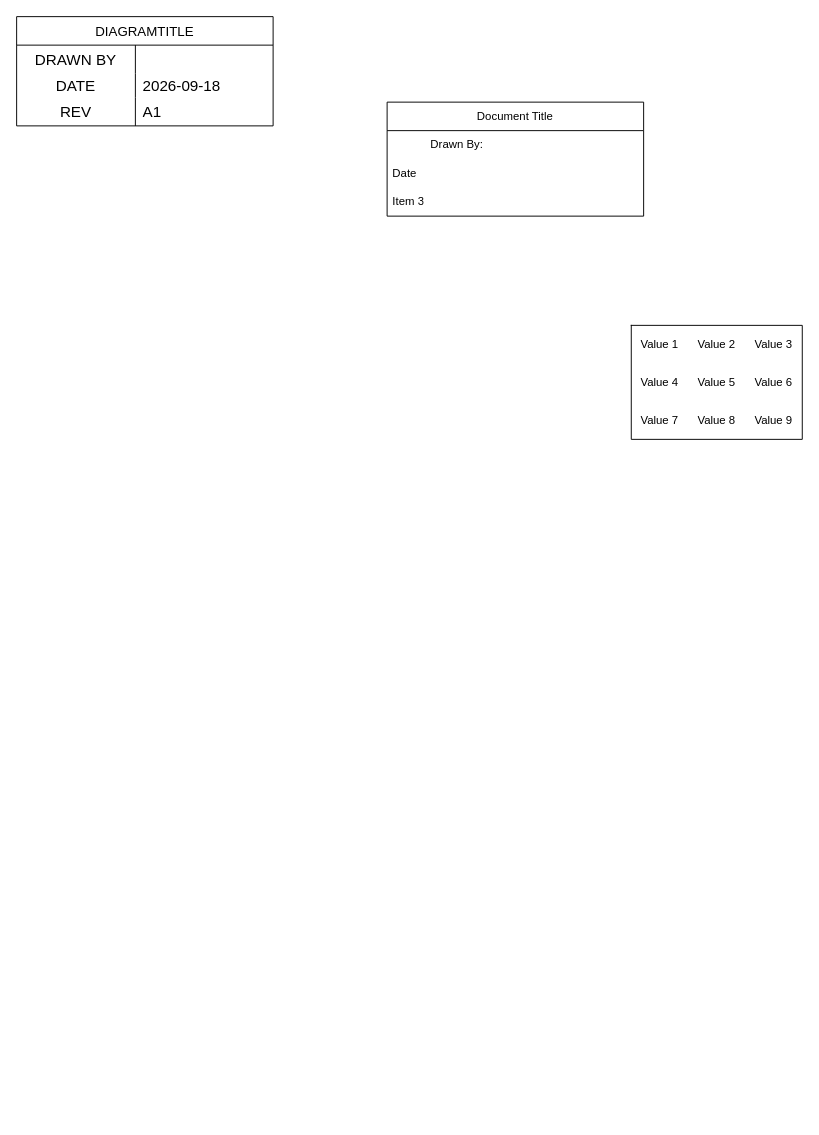
Before: page "BACKGROUND/TEMPLATE" (1 of 2) of DOCUMENT_TEMPLATE_2026_09_18_REV_A1.drawio in Tarsa-Robotics/Diagrams, a draw.io diagram. Source tidied: cells renumbered, new cells numbered last; positions are measured from the earlier drawing's top-left corner, leaving out a move shared by most shapes. Both pictures are drawn from the tidied source at 95%, with x=0, y=0 at pixel (16, 16).
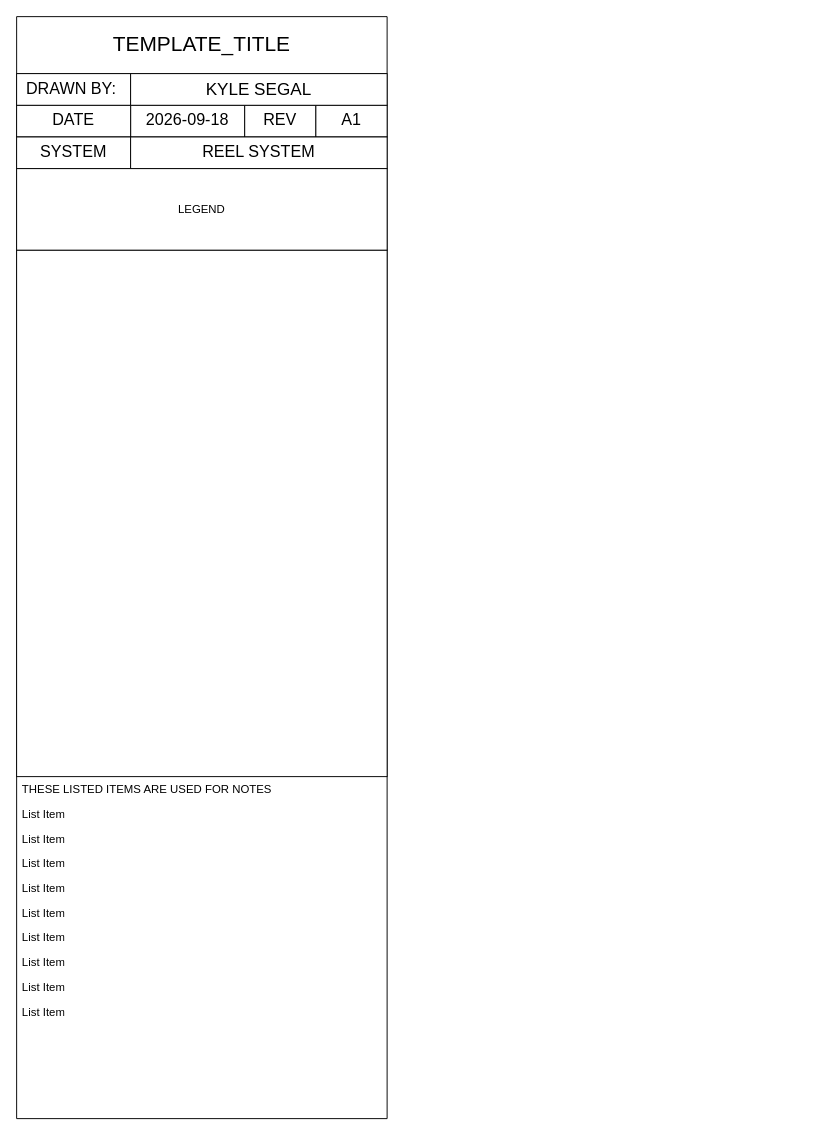
After the change.

Commit message (it also covers changes not shown here):
TEMPALTE_FILE_CREATION

This is the template file that we can use for the rest. Just make tabs

What changed in the source:
```diff
@@
-    <mxCell id="2" value="Document Title" style="swimlane;fontStyle=0;horizontal=1;startSize=30;whiteSpace=wrap;html=1;" parent="1" vertex="1">
-      <mxGeometry x="390" y="90" width="270" height="120" as="geometry" />
-    </mxCell>
-    <mxCell id="3" value="&lt;blockquote style=&quot;margin: 0 0 0 40px; border: none; padding: 0px;&quot;&gt;Drawn By:&lt;/blockquote&gt;" style="text;strokeColor=none;fillColor=none;align=left;verticalAlign=middle;spacingLeft=4;spacingRight=4;overflow=hidden;whiteSpace=wrap;html=1;" parent="2" vertex="1">
-      <mxGeometry y="30" width="270" height="30" as="geometry" />
-    </mxCell>
-    <mxCell id="4" value="Date" style="text;strokeColor=none;fillColor=none;align=left;verticalAlign=middle;spacingLeft=4;spacingRight=4;overflow=hidden;whiteSpace=wrap;html=1;" parent="2" vertex="1">
-      <mxGeometry y="60" width="270" height="30" as="geometry" />
-    </mxCell>
-    <mxCell id="5" value="Item 3" style="text;strokeColor=none;fillColor=none;align=left;verticalAlign=middle;spacingLeft=4;spacingRight=4;overflow=hidden;whiteSpace=wrap;html=1;" parent="2" vertex="1">
-      <mxGeometry y="90" width="270" height="30" as="geometry" />
-    </mxCell>
-    <mxCell id="6" style="shape=table;html=1;whiteSpace=wrap;startSize=0;childLayout=tableLayout;columnLines=0;rowLines=0;fontSize=16;strokeColor=default;" parent="1" vertex="1">
-      <mxGeometry x="647" y="325" width="180" height="120" as="geometry" />
-    </mxCell>
-    <mxCell id="7" style="shape=tableRow;horizontal=0;startSize=0;swimlaneHead=0;swimlaneBody=0;top=0;left=0;bottom=0;right=0;fillColor=none;fontSize=16;strokeColor=inherit;" parent="6" vertex="1">
-      <mxGeometry width="180" height="40" as="geometry" />
-    </mxCell>
-    <mxCell id="8" value="Value 1" style="shape=partialRectangle;html=1;whiteSpace=wrap;fillColor=none;top=0;left=0;bottom=0;right=0;overflow=hidden;fontSize=12;strokeColor=inherit;" parent="7" vertex="1">
-      <mxGeometry width="60" height="40" as="geometry" />
-    </mxCell>
-    <mxCell id="9" value="Value 2" style="shape=partialRectangle;html=1;whiteSpace=wrap;fillColor=none;top=0;left=0;bottom=0;right=0;overflow=hidden;fontSize=12;strokeColor=inherit;" parent="7" vertex="1">
-      <mxGeometry x="60" width="60" height="40" as="geometry" />
-    </mxCell>
-    <mxCell id="10" value="Value 3" style="shape=partialRectangle;html=1;whiteSpace=wrap;fillColor=none;top=0;left=0;bottom=0;right=0;overflow=hidden;fontSize=12;strokeColor=inherit;" parent="7" vertex="1">
-      <mxGeometry x="120" width="60" height="40" as="geometry" />
-    </mxCell>
-    <mxCell id="11" style="shape=tableRow;horizontal=0;startSize=0;swimlaneHead=0;swimlaneBody=0;top=0;left=0;bottom=0;right=0;fillColor=none;fontSize=16;strokeColor=inherit;" parent="6" vertex="1">
-      <mxGeometry y="40" width="180" height="40" as="geometry" />
-    </mxCell>
-    <mxCell id="12" value="Value 4" style="shape=partialRectangle;html=1;whiteSpace=wrap;fillColor=none;top=0;left=0;bottom=0;right=0;overflow=hidden;fontSize=12;strokeColor=inherit;" parent="11" vertex="1">
-      <mxGeometry width="60" height="40" as="geometry" />
-    </mxCell>
-    <mxCell id="13" value="Value 5" style="shape=partialRectangle;html=1;whiteSpace=wrap;fillColor=none;top=0;left=0;bottom=0;right=0;overflow=hidden;fontSize=12;strokeColor=inherit;" parent="11" vertex="1">
-      <mxGeometry x="60" width="60" height="40" as="geometry" />
-    </mxCell>
-    <mxCell id="14" value="Value 6" style="shape=partialRectangle;html=1;whiteSpace=wrap;fillColor=none;top=0;left=0;bottom=0;right=0;overflow=hidden;fontSize=12;strokeColor=inherit;" parent="11" vertex="1">
-      <mxGeometry x="120" width="60" height="40" as="geometry" />
-    </mxCell>
-    <mxCell id="15" style="shape=tableRow;horizontal=0;startSize=0;swimlaneHead=0;swimlaneBody=0;top=0;left=0;bottom=0;right=0;fillColor=none;fontSize=16;strokeColor=inherit;" parent="6" vertex="1">
-      <mxGeometry y="80" width="180" height="40" as="geometry" />
-    </mxCell>
-    <mxCell id="16" value="Value 7" style="shape=partialRectangle;html=1;whiteSpace=wrap;fillColor=none;top=0;left=0;bottom=0;right=0;overflow=hidden;fontSize=12;strokeColor=inherit;" parent="15" vertex="1">
-      <mxGeometry width="60" height="40" as="geometry" />
-    </mxCell>
-    <mxCell id="17" value="Value 8" style="shape=partialRectangle;html=1;whiteSpace=wrap;fillColor=none;top=0;left=0;bottom=0;right=0;overflow=hidden;fontSize=12;strokeColor=inherit;" parent="15" vertex="1">
-      <mxGeometry x="60" width="60" height="40" as="geometry" />
-    </mxCell>
-    <mxCell id="18" value="Value 9" style="shape=partialRectangle;html=1;whiteSpace=wrap;fillColor=none;top=0;left=0;bottom=0;right=0;overflow=hidden;fontSize=12;strokeColor=inherit;" parent="15" vertex="1">
-      <mxGeometry x="120" width="60" height="40" as="geometry" />
-    </mxCell>
-    <mxCell id="19" value="DIAGRAMTITLE" style="shape=table;startSize=30;childLayout=tableLayout;rowLines=0;fontStyle=0;strokeColor=default;fontSize=14;" parent="1" vertex="1">
-      <mxGeometry width="270" height="115" as="geometry" />
-    </mxCell>
-    <mxCell id="20" style="shape=tableRow;horizontal=0;startSize=0;swimlaneHead=0;swimlaneBody=0;top=0;left=0;bottom=0;right=0;fillColor=none;strokeColor=inherit;fontSize=16;" parent="19" vertex="1">
-      <mxGeometry y="30" width="270" height="30" as="geometry" />
-    </mxCell>
-    <mxCell id="21" value="DRAWN BY" style="shape=partialRectangle;html=1;whiteSpace=wrap;fillColor=none;top=0;left=0;bottom=0;right=0;overflow=hidden;strokeColor=inherit;fontSize=16;" parent="20" vertex="1">
-      <mxGeometry width="125" height="30" as="geometry" />
-    </mxCell>
-    <mxCell id="22" style="shape=partialRectangle;html=1;whiteSpace=wrap;fillColor=none;top=0;left=0;bottom=0;right=0;align=left;spacingLeft=6;overflow=hidden;strokeColor=inherit;fontSize=16;" parent="20" vertex="1">
-      <mxGeometry x="125" width="145" height="30" as="geometry" />
-    </mxCell>
-    <mxCell id="23" style="shape=tableRow;horizontal=0;startSize=0;swimlaneHead=0;swimlaneBody=0;top=0;left=0;bottom=0;right=0;fillColor=none;strokeColor=inherit;fontSize=16;" parent="19" vertex="1">
-      <mxGeometry y="60" width="270" height="25" as="geometry" />
-    </mxCell>
-    <mxCell id="24" value="DATE" style="shape=partialRectangle;html=1;whiteSpace=wrap;fillColor=none;top=0;left=0;bottom=0;right=0;overflow=hidden;strokeColor=inherit;fontSize=16;" parent="23" vertex="1">
-      <mxGeometry width="125" height="25" as="geometry" />
-    </mxCell>
-    <mxCell id="25" value="2026-09-18" style="shape=partialRectangle;html=1;whiteSpace=wrap;fillColor=none;top=0;left=0;bottom=0;right=0;align=left;spacingLeft=6;overflow=hidden;strokeColor=inherit;fontSize=16;" parent="23" vertex="1">
-      <mxGeometry x="125" width="145" height="25" as="geometry" />
-    </mxCell>
-    <mxCell id="26" style="shape=tableRow;horizontal=0;startSize=0;swimlaneHead=0;swimlaneBody=0;top=0;left=0;bottom=0;right=0;fillColor=none;strokeColor=inherit;fontSize=16;" parent="19" vertex="1">
-      <mxGeometry y="85" width="270" height="30" as="geometry" />
-    </mxCell>
+    <mxCell id="29" value="TEMPLATE_TITLE" style="swimlane;fontStyle=0;horizontal=1;startSize=60;whiteSpace=wrap;html=1;fontSize=22;" parent="1" vertex="1">
+      <mxGeometry width="390" height="1160" as="geometry" />
+    </mxCell>
+    <mxCell id="30" style="group;" parent="29" vertex="1">
+      <mxGeometry y="60" width="390" height="100" as="geometry" />
+    </mxCell>
-    <mxCell id="27" value="REV" style="shape=partialRectangle;html=1;whiteSpace=wrap;fillColor=none;top=0;left=0;bottom=0;right=0;overflow=hidden;strokeColor=inherit;fontSize=16;" parent="26" vertex="1">
-      <mxGeometry width="125" height="30" as="geometry" />
+    <mxCell id="27" value="&lt;span style=&quot;text-wrap-mode: nowrap;&quot;&gt;REV&lt;/span&gt;" style="rounded=0;whiteSpace=wrap;html=1;fontSize=17;" parent="30" vertex="1">
+      <mxGeometry x="240" y="33.3" width="75" height="33.3" as="geometry" />
     </mxCell>
-    <mxCell id="28" value="A1" style="shape=partialRectangle;html=1;whiteSpace=wrap;fillColor=none;top=0;left=0;bottom=0;right=0;align=left;spacingLeft=6;overflow=hidden;strokeColor=inherit;fontSize=16;" parent="26" vertex="1">
-      <mxGeometry x="125" width="145" height="30" as="geometry" />
+    <mxCell id="28" value="A1" style="rounded=0;whiteSpace=wrap;html=1;fontSize=17;" parent="30" vertex="1">
+      <mxGeometry x="315" y="33.3" width="75" height="33.3" as="geometry" />
     </mxCell>
+    <mxCell id="25" value="2026-09-18" style="rounded=0;whiteSpace=wrap;html=1;fontSize=17;" parent="30" vertex="1">
+      <mxGeometry x="120" y="33.3" width="120" height="33.3" as="geometry" />
+    </mxCell>
+    <mxCell id="24" value="&lt;span style=&quot;text-wrap-mode: nowrap;&quot;&gt;DATE&lt;/span&gt;" style="rounded=0;whiteSpace=wrap;html=1;fontSize=17;" parent="30" vertex="1">
+      <mxGeometry y="33.3" width="120" height="33.3" as="geometry" />
+    </mxCell>
+    <mxCell id="31" value="&lt;font&gt;DRAWN BY:&amp;nbsp;&lt;/font&gt;" style="rounded=0;whiteSpace=wrap;html=1;fontSize=17;" parent="30" vertex="1">
+      <mxGeometry width="120" height="33.3" as="geometry" />
+    </mxCell>
+    <mxCell id="32" value="&lt;font style=&quot;font-size: 18px;&quot;&gt;KYLE SEGAL&lt;/font&gt;" style="rounded=0;whiteSpace=wrap;html=1;" parent="30" vertex="1">
+      <mxGeometry x="120" width="270" height="33.3" as="geometry" />
+    </mxCell>
+    <mxCell id="33" value="SYSTEM" style="rounded=0;whiteSpace=wrap;html=1;fontSize=17;" parent="30" vertex="1">
+      <mxGeometry y="66.7" width="120" height="33.3" as="geometry" />
+    </mxCell>
+    <mxCell id="34" value="REEL SYSTEM" style="rounded=0;whiteSpace=wrap;html=1;fontSize=17;" parent="30" vertex="1">
+      <mxGeometry x="120" y="66.7" width="270" height="33.3" as="geometry" />
+    </mxCell>
+    <mxCell id="35" style="group;" parent="29" vertex="1">
+      <mxGeometry y="160" width="390" height="640" as="geometry" />
+    </mxCell>
+    <mxCell id="36" style="rounded=0;whiteSpace=wrap;html=1;" parent="35" vertex="1">
+      <mxGeometry y="85.8" width="390" height="554.2" as="geometry" />
+    </mxCell>
+    <mxCell id="37" value="LEGEND" style="rounded=0;whiteSpace=wrap;html=1;" parent="35" vertex="1">
+      <mxGeometry width="390" height="85.8" as="geometry" />
+    </mxCell>
+    <mxCell id="38" value="THESE LISTED ITEMS ARE USED FOR NOTES" style="text;strokeColor=none;fillColor=none;align=left;verticalAlign=top;spacingLeft=4;spacingRight=4;overflow=hidden;whiteSpace=wrap;html=1;" parent="29" vertex="1">
+      <mxGeometry y="800" width="390" height="26" as="geometry" />
+    </mxCell>
+    <mxCell id="39" value="List Item" style="text;strokeColor=none;fillColor=none;align=left;verticalAlign=top;spacingLeft=4;spacingRight=4;overflow=hidden;whiteSpace=wrap;html=1;" parent="29" vertex="1">
+      <mxGeometry y="826" width="390" height="26" as="geometry" />
+    </mxCell>
+    <mxCell id="40" value="List Item" style="text;strokeColor=none;fillColor=none;align=left;verticalAlign=top;spacingLeft=4;spacingRight=4;overflow=hidden;whiteSpace=wrap;html=1;" parent="29" vertex="1">
+      <mxGeometry y="852" width="390" height="26" as="geometry" />
+    </mxCell>
+    <mxCell id="41" value="List Item" style="text;strokeColor=none;fillColor=none;align=left;verticalAlign=top;spacingLeft=4;spacingRight=4;overflow=hidden;whiteSpace=wrap;html=1;" parent="29" vertex="1">
+      <mxGeometry y="878" width="390" height="26" as="geometry" />
+    </mxCell>
+    <mxCell id="42" value="List Item" style="text;strokeColor=none;fillColor=none;align=left;verticalAlign=top;spacingLeft=4;spacingRight=4;overflow=hidden;whiteSpace=wrap;html=1;" parent="29" vertex="1">
+      <mxGeometry y="904" width="390" height="26" as="geometry" />
+    </mxCell>
+    <mxCell id="43" value="List Item" style="text;strokeColor=none;fillColor=none;align=left;verticalAlign=top;spacingLeft=4;spacingRight=4;overflow=hidden;whiteSpace=wrap;html=1;" parent="29" vertex="1">
+      <mxGeometry y="930" width="390" height="26" as="geometry" />
+    </mxCell>
+    <mxCell id="44" value="List Item" style="text;strokeColor=none;fillColor=none;align=left;verticalAlign=top;spacingLeft=4;spacingRight=4;overflow=hidden;whiteSpace=wrap;html=1;" parent="29" vertex="1">
+      <mxGeometry y="956" width="390" height="26" as="geometry" />
+    </mxCell>
+    <mxCell id="45" value="List Item" style="text;strokeColor=none;fillColor=none;align=left;verticalAlign=top;spacingLeft=4;spacingRight=4;overflow=hidden;whiteSpace=wrap;html=1;" parent="29" vertex="1">
+      <mxGeometry y="982" width="390" height="26" as="geometry" />
+    </mxCell>
+    <mxCell id="46" value="List Item" style="text;strokeColor=none;fillColor=none;align=left;verticalAlign=top;spacingLeft=4;spacingRight=4;overflow=hidden;whiteSpace=wrap;html=1;" parent="29" vertex="1">
+      <mxGeometry y="1008" width="390" height="26" as="geometry" />
+    </mxCell>
+    <mxCell id="47" value="List Item" style="text;strokeColor=none;fillColor=none;align=left;verticalAlign=top;spacingLeft=4;spacingRight=4;overflow=hidden;whiteSpace=wrap;html=1;" parent="29" vertex="1">
+      <mxGeometry y="1034" width="390" height="26" as="geometry" />
+    </mxCell>
+    <mxCell id="48" value="&lt;div&gt;&lt;br&gt;&lt;/div&gt;" style="text;strokeColor=none;fillColor=none;align=left;verticalAlign=middle;spacingLeft=4;spacingRight=4;overflow=hidden;whiteSpace=wrap;html=1;miterlimit=4;" parent="29" vertex="1">
+      <mxGeometry y="1060" width="390" height="100" as="geometry" />
+    </mxCell>
```
